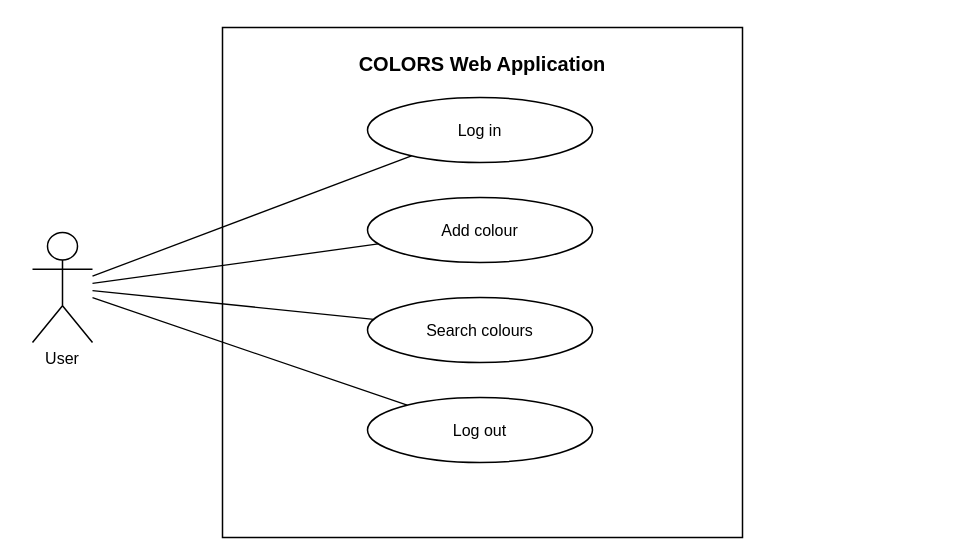
This is docs/uml/usecase.drawio from milesrack/colors-lamp, a draw.io file, before an edit. Source tidied: cells renumbered, new cells numbered last; positions are measured from the earlier drawing's top-left corner, leaving out a move shared by most shapes. Both pictures are drawn from the tidied source at 100%, with x=0, y=0 at pixel (32, 27).
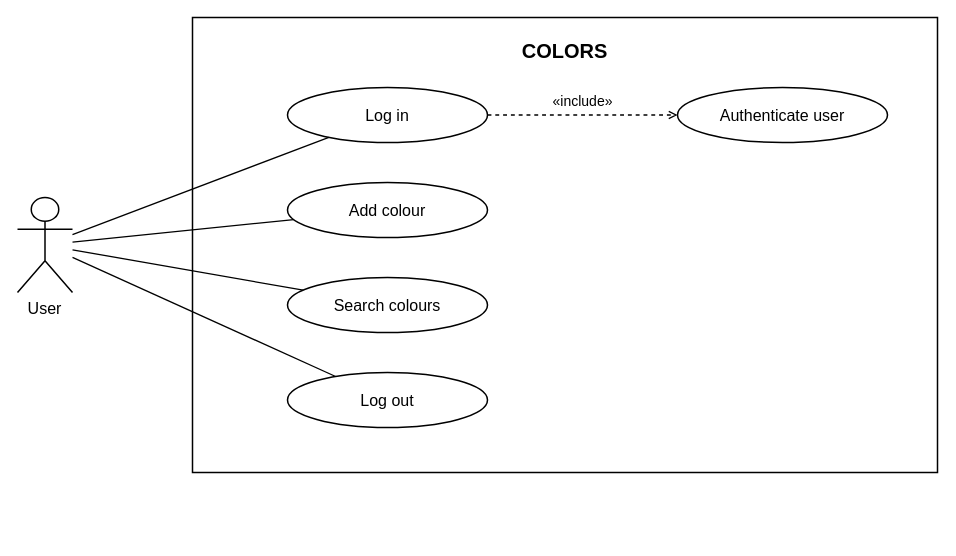
The same diagram, later.

Commit message (it also covers changes not shown here):
docs(uml): simplify diagrams and add login include relationship

Diff of the diagram source:
```diff
@@
 <mxGraphModel background="#FFFFFF">
   <root>
     <mxCell id="0" />
     <mxCell id="1" parent="0" />
-    <mxCell id="2" value="COLORS Web Application" style="html=1;whiteSpace=wrap;fontFamily=Helvetica;fontSize=16;fontColor=#000000;strokeColor=#000000;fillColor=#FFFFFF;strokeWidth=1.5;rounded=0;verticalAlign=top;spacingTop=18;fontStyle=1;fontSize=20;" parent="1" vertex="1">
-      <mxGeometry x="190" width="520" height="510" as="geometry" />
+    <mxCell id="2" value="COLORS" style="html=1;whiteSpace=wrap;fontFamily=Helvetica;fontSize=16;fontColor=#000000;strokeColor=#000000;fillColor=#FFFFFF;strokeWidth=1.5;rounded=0;verticalAlign=top;spacingTop=15;fontStyle=1;fontSize=20;" parent="1" vertex="1">
+      <mxGeometry x="160" y="-10" width="745" height="455" as="geometry" />
     </mxCell>
     <mxCell id="3" value="User" style="html=1;whiteSpace=wrap;fontFamily=Helvetica;fontSize=16;fontColor=#000000;strokeColor=#000000;fillColor=#FFFFFF;strokeWidth=1.5;shape=umlActor;verticalLabelPosition=bottom;verticalAlign=top;" parent="1" vertex="1">
-      <mxGeometry y="205" width="60" height="110" as="geometry" />
+      <mxGeometry x="-15" y="170" width="55" height="95" as="geometry" />
     </mxCell>
     <mxCell id="4" value="Log in" style="html=1;whiteSpace=wrap;fontFamily=Helvetica;fontSize=16;fontColor=#000000;strokeColor=#000000;fillColor=#FFFFFF;strokeWidth=1.5;ellipse;" parent="1" vertex="1">
-      <mxGeometry x="335" y="70" width="225" height="65" as="geometry" />
+      <mxGeometry x="255" y="60" width="200" height="55" as="geometry" />
     </mxCell>
     <mxCell id="5" style="edgeStyle=orthogonalEdgeStyle;rounded=0;html=1;fontFamily=Helvetica;fontSize=14;fontColor=#000000;strokeColor=#000000;strokeWidth=1.3;labelBackgroundColor=#FFFFFF;endArrow=block;endFill=1;jettySize=auto;edgeStyle=none;endArrow=none;" parent="1" edge="1" source="3" target="4">
       <mxGeometry relative="1" as="geometry" />
     </mxCell>
     <mxCell id="6" value="Add colour" style="html=1;whiteSpace=wrap;fontFamily=Helvetica;fontSize=16;fontColor=#000000;strokeColor=#000000;fillColor=#FFFFFF;strokeWidth=1.5;ellipse;" parent="1" vertex="1">
-      <mxGeometry x="335" y="170" width="225" height="65" as="geometry" />
+      <mxGeometry x="255" y="155" width="200" height="55" as="geometry" />
     </mxCell>
     <mxCell id="7" style="edgeStyle=orthogonalEdgeStyle;rounded=0;html=1;fontFamily=Helvetica;fontSize=14;fontColor=#000000;strokeColor=#000000;strokeWidth=1.3;labelBackgroundColor=#FFFFFF;endArrow=block;endFill=1;jettySize=auto;edgeStyle=none;endArrow=none;" parent="1" edge="1" source="3" target="6">
       <mxGeometry relative="1" as="geometry" />
     </mxCell>
     <mxCell id="8" value="Search colours" style="html=1;whiteSpace=wrap;fontFamily=Helvetica;fontSize=16;fontColor=#000000;strokeColor=#000000;fillColor=#FFFFFF;strokeWidth=1.5;ellipse;" parent="1" vertex="1">
-      <mxGeometry x="335" y="270" width="225" height="65" as="geometry" />
+      <mxGeometry x="255" y="250" width="200" height="55" as="geometry" />
     </mxCell>
     <mxCell id="9" style="edgeStyle=orthogonalEdgeStyle;rounded=0;html=1;fontFamily=Helvetica;fontSize=14;fontColor=#000000;strokeColor=#000000;strokeWidth=1.3;labelBackgroundColor=#FFFFFF;endArrow=block;endFill=1;jettySize=auto;edgeStyle=none;endArrow=none;" parent="1" edge="1" source="3" target="8">
       <mxGeometry relative="1" as="geometry" />
     </mxCell>
     <mxCell id="10" value="Log out" style="html=1;whiteSpace=wrap;fontFamily=Helvetica;fontSize=16;fontColor=#000000;strokeColor=#000000;fillColor=#FFFFFF;strokeWidth=1.5;ellipse;" parent="1" vertex="1">
-      <mxGeometry x="335" y="370" width="225" height="65" as="geometry" />
+      <mxGeometry x="255" y="345" width="200" height="55" as="geometry" />
     </mxCell>
     <mxCell id="11" style="edgeStyle=orthogonalEdgeStyle;rounded=0;html=1;fontFamily=Helvetica;fontSize=14;fontColor=#000000;strokeColor=#000000;strokeWidth=1.3;labelBackgroundColor=#FFFFFF;endArrow=block;endFill=1;jettySize=auto;edgeStyle=none;endArrow=none;" parent="1" edge="1" source="3" target="10">
       <mxGeometry relative="1" as="geometry" />
     </mxCell>
+    <mxCell id="12" value="Authenticate user" style="html=1;whiteSpace=wrap;fontFamily=Helvetica;fontSize=16;fontColor=#000000;strokeColor=#000000;fillColor=#FFFFFF;strokeWidth=1.5;ellipse;" parent="1" vertex="1">
+      <mxGeometry x="645" y="60" width="210" height="55" as="geometry" />
+    </mxCell>
+    <mxCell id="13" value="«include»" style="edgeStyle=orthogonalEdgeStyle;rounded=0;html=1;fontFamily=Helvetica;fontSize=14;fontColor=#000000;strokeColor=#000000;strokeWidth=1.3;labelBackgroundColor=#FFFFFF;endArrow=block;endFill=1;jettySize=auto;edgeStyle=none;dashed=1;endArrow=open;endFill=0;exitX=1;exitY=0.5;entryX=0;entryY=0.5;" parent="1" edge="1" source="4" target="12">
+      <mxGeometry relative="1" as="geometry">
+        <mxPoint y="-14" as="offset" />
+      </mxGeometry>
+    </mxCell>
   </root>
 </mxGraphModel>
```
